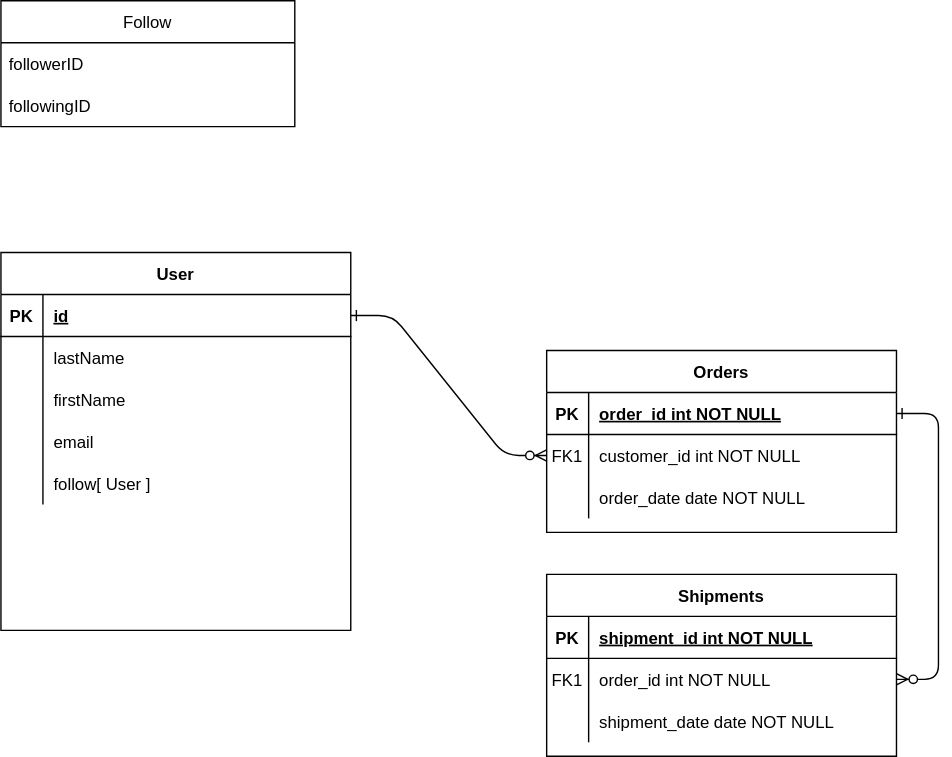
The draw.io diagram icon/Social-esport.drawio.svg in Kennn-dev/social-esport, before a commit. Source tidied: cells renumbered, new cells last; positions are measured from the earlier drawing's top-left corner, leaving out a move shared by most shapes.
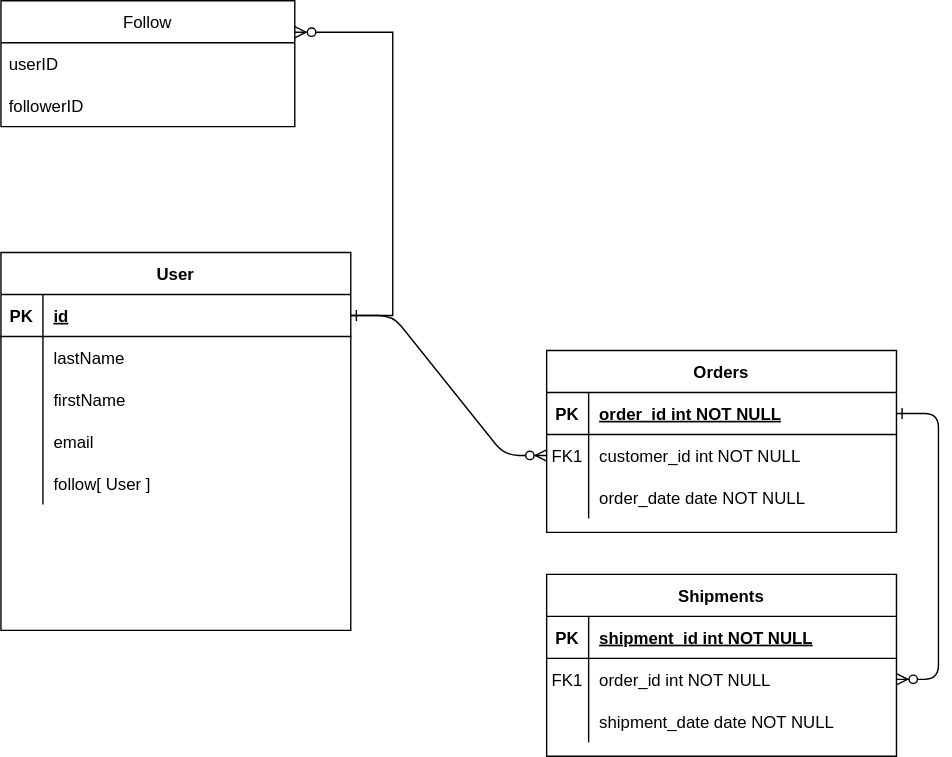
The same diagram one commit later.

What changed in the source:
```diff
@@ -119,11 +119,14 @@
     <mxCell id="40" value="Follow" style="swimlane;fontStyle=0;horizontal=1;startSize=30;" parent="1" vertex="1">
       <mxGeometry width="210" height="90" as="geometry" />
     </mxCell>
-    <mxCell id="41" value="followerID" style="text;strokeColor=none;fillColor=none;align=left;verticalAlign=middle;spacingLeft=4;spacingRight=4;overflow=hidden;" parent="40" vertex="1">
+    <mxCell id="41" value="userID" style="text;strokeColor=none;fillColor=none;align=left;verticalAlign=middle;spacingLeft=4;spacingRight=4;overflow=hidden;" parent="40" vertex="1">
       <mxGeometry y="30" width="210" height="30" as="geometry" />
     </mxCell>
-    <mxCell id="42" value="followingID" style="text;strokeColor=none;fillColor=none;align=left;verticalAlign=middle;spacingLeft=4;spacingRight=4;overflow=hidden;" parent="40" vertex="1">
+    <mxCell id="42" value="followerID" style="text;strokeColor=none;fillColor=none;align=left;verticalAlign=middle;spacingLeft=4;spacingRight=4;overflow=hidden;" parent="40" vertex="1">
       <mxGeometry y="60" width="210" height="30" as="geometry" />
     </mxCell>
+    <mxCell id="43" style="edgeStyle=entityRelationEdgeStyle;fontSize=12;html=1;endArrow=ERzeroToMany;endFill=1;rounded=0;entryX=1;entryY=0.25;entryDx=0;entryDy=0;" parent="1" edge="1" source="25" target="40">
+      <mxGeometry relative="1" as="geometry" />
+    </mxCell>
   </root>
 </mxGraphModel>
```
